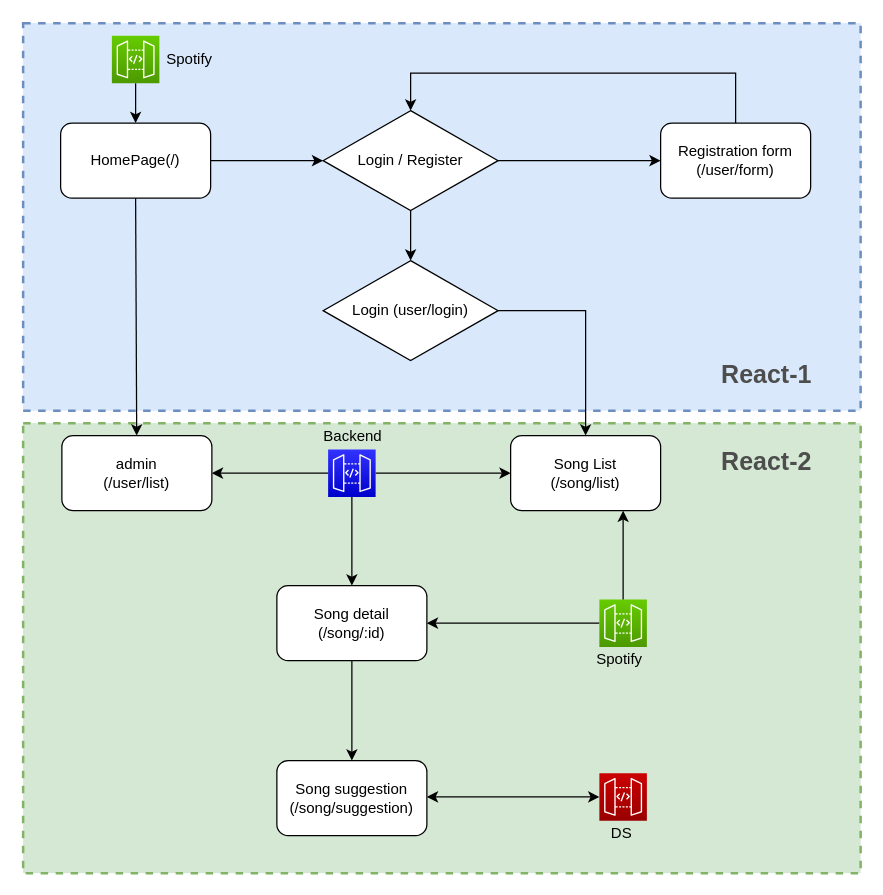
Before: page "FlowChart" (1 of 2) of asset/flowChart/flowChart.drawio in bw-spotify-song/frontend, a draw.io diagram. Source tidied: cells renumbered, new cells numbered last; positions are measured from the earlier drawing's top-left corner, leaving out a move shared by most shapes. Both pictures are drawn from the tidied source at 125%, with x=0, y=0 at pixel (22, 22).
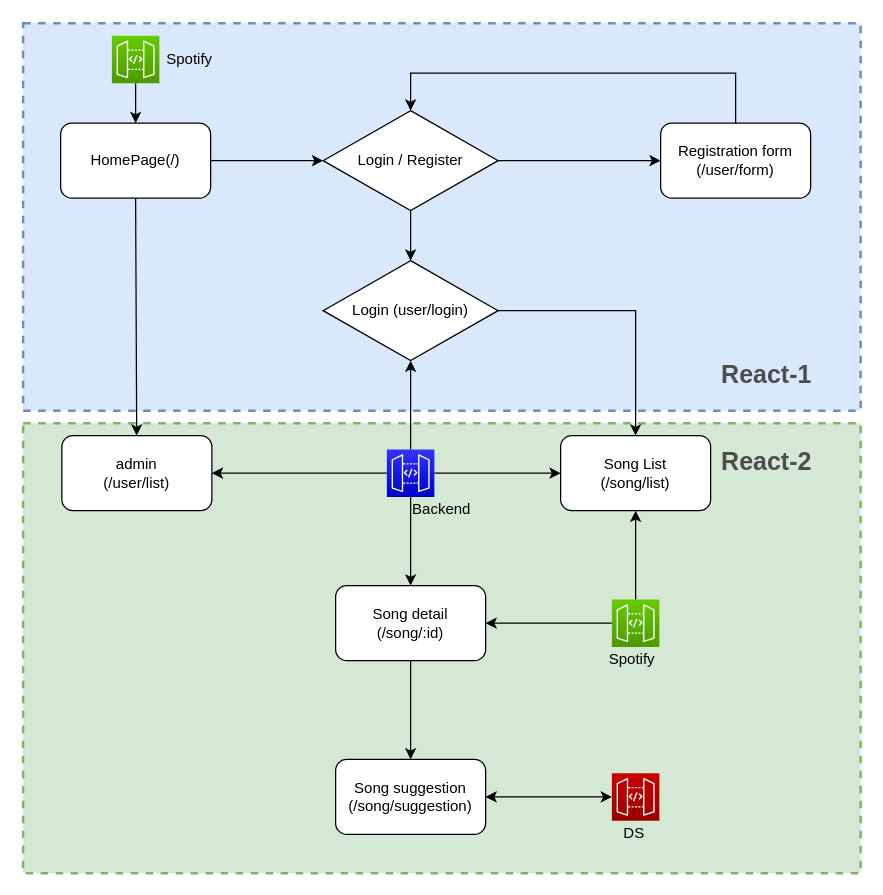
After the change.

Unchanged cells that the change refers to:
```xml
<mxCell id="12" value="Login (user/login)" style="rhombus;whiteSpace=wrap;html=1;" parent="1" vertex="1">
  <mxGeometry x="240" y="190" width="140" height="80" as="geometry" />
</mxCell>
```

The edit, as a diff of the source:
```diff
@@
     <mxCell id="13" value="Song List&lt;br&gt;(/song/list)" style="rounded=1;whiteSpace=wrap;html=1;" parent="1" vertex="1">
-      <mxGeometry x="390" y="330" width="120" height="60" as="geometry" />
+      <mxGeometry x="430" y="330" width="120" height="60" as="geometry" />
     </mxCell>
@@
     <mxCell id="15" value="Song detail&lt;br&gt;(/song/:id)" style="rounded=1;whiteSpace=wrap;html=1;" parent="1" vertex="1">
-      <mxGeometry x="203" y="450" width="120" height="60" as="geometry" />
+      <mxGeometry x="250" y="450" width="120" height="60" as="geometry" />
     </mxCell>
-    <mxCell id="16" value="Song suggestion&lt;br&gt;(/song/suggestion)" style="rounded=1;whiteSpace=wrap;html=1;" parent="1" vertex="1">
-      <mxGeometry x="203" y="590" width="120" height="60" as="geometry" />
-    </mxCell>
@@
+    <mxCell id="36" style="edgeStyle=orthogonalEdgeStyle;rounded=0;jettySize=auto;html=1;" parent="1" edge="1" source="20" target="12">
+      <mxGeometry relative="1" as="geometry" />
+    </mxCell>
     <mxCell id="20" style="outlineConnect=0;fontColor=#232F3E;gradientColor=#3333FF;gradientDirection=north;fillColor=#0000CC;strokeColor=#ffffff;dashed=0;verticalLabelPosition=bottom;verticalAlign=top;align=center;html=1;fontSize=12;fontStyle=0;shape=mxgraph.aws4.resourceIcon;resIcon=mxgraph.aws4.api_gateway;" parent="1" vertex="1">
-      <mxGeometry x="244" y="341" width="38" height="38" as="geometry" />
+      <mxGeometry x="291" y="341" width="38" height="38" as="geometry" />
     </mxCell>
     <mxCell id="21" value="Backend" style="text;html=1;strokeColor=none;fillColor=none;align=center;verticalAlign=middle;whiteSpace=wrap;rounded=0;" parent="1" vertex="1">
-      <mxGeometry x="244" y="321" width="40" height="20" as="geometry" />
+      <mxGeometry x="315" y="379" width="40" height="20" as="geometry" />
     </mxCell>
     <mxCell id="22" style="outlineConnect=0;fontColor=#232F3E;gradientColor=#CC0000;gradientDirection=north;fillColor=#990000;strokeColor=#ffffff;dashed=0;verticalLabelPosition=bottom;verticalAlign=top;align=center;html=1;fontSize=12;fontStyle=0;shape=mxgraph.aws4.resourceIcon;resIcon=mxgraph.aws4.api_gateway;" parent="1" vertex="1">
-      <mxGeometry x="461" y="600" width="38" height="38" as="geometry" />
+      <mxGeometry x="471" y="600" width="38" height="38" as="geometry" />
     </mxCell>
     <mxCell id="23" value="DS" style="text;html=1;strokeColor=none;fillColor=none;align=center;verticalAlign=middle;whiteSpace=wrap;rounded=0;" parent="1" vertex="1">
-      <mxGeometry x="459" y="638" width="40" height="20" as="geometry" />
+      <mxGeometry x="469" y="638" width="40" height="20" as="geometry" />
     </mxCell>
-    <mxCell id="24" style="endArrow=classic;startArrow=classic;html=1;exitX=1;exitY=0.5;exitDx=0;exitDy=0;" parent="1" edge="1" target="22">
-      <mxGeometry relative="1" as="geometry">
-        <mxPoint x="323" y="619" as="sourcePoint" />
-      </mxGeometry>
+    <mxCell id="24" style="endArrow=classic;startArrow=classic;html=1;exitX=1;exitY=0.5;exitDx=0;exitDy=0;" parent="1" edge="1" source="16" target="22">
+      <mxGeometry relative="1" as="geometry" />
     </mxCell>
@@
     <mxCell id="28" style="outlineConnect=0;fontColor=#232F3E;gradientColor=#66CC00;gradientDirection=north;fillColor=#4D9900;strokeColor=#ffffff;dashed=0;verticalLabelPosition=bottom;verticalAlign=top;align=center;html=1;fontSize=12;fontStyle=0;shape=mxgraph.aws4.resourceIcon;resIcon=mxgraph.aws4.api_gateway;" parent="1" vertex="1">
-      <mxGeometry x="461" y="461" width="38" height="38" as="geometry" />
+      <mxGeometry x="471" y="461" width="38" height="38" as="geometry" />
     </mxCell>
-    <mxCell id="29" style="edgeStyle=orthogonalEdgeStyle;rounded=0;jettySize=auto;html=1;entryX=0.75;entryY=1;entryDx=0;entryDy=0;" parent="1" edge="1" source="28" target="13">
+    <mxCell id="29" style="edgeStyle=orthogonalEdgeStyle;rounded=0;jettySize=auto;html=1;entryX=0.5;entryY=1;entryDx=0;entryDy=0;" parent="1" edge="1" source="28" target="13">
       <mxGeometry relative="1" as="geometry" />
     </mxCell>
     <mxCell id="30" value="Spotify&amp;nbsp;" style="text;html=1;strokeColor=none;fillColor=none;align=center;verticalAlign=middle;whiteSpace=wrap;rounded=0;" parent="1" vertex="1">
-      <mxGeometry x="459" y="499" width="40" height="20" as="geometry" />
+      <mxGeometry x="469" y="499" width="40" height="20" as="geometry" />
     </mxCell>
@@
+    <mxCell id="16" value="Song suggestion&lt;br&gt;(/song/suggestion)" style="rounded=1;whiteSpace=wrap;html=1;" parent="1" vertex="1">
+      <mxGeometry x="250" y="589" width="120" height="60" as="geometry" />
+    </mxCell>
```
